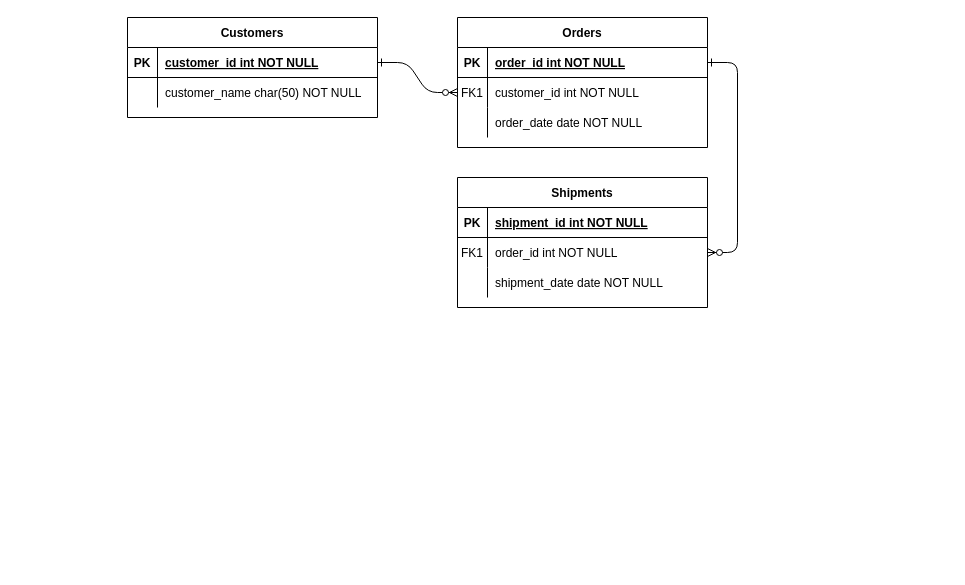
Earlier version of the draw.io diagram Untitled Diagram.drawio (dvtson2004/EER-SWP). Source tidied: cells renumbered, new cells numbered last; positions are measured from the earlier drawing's top-left corner, leaving out a move shared by most shapes. Both pictures are drawn from the tidied source at 100%, with x=0, y=0 at pixel (127, 17).
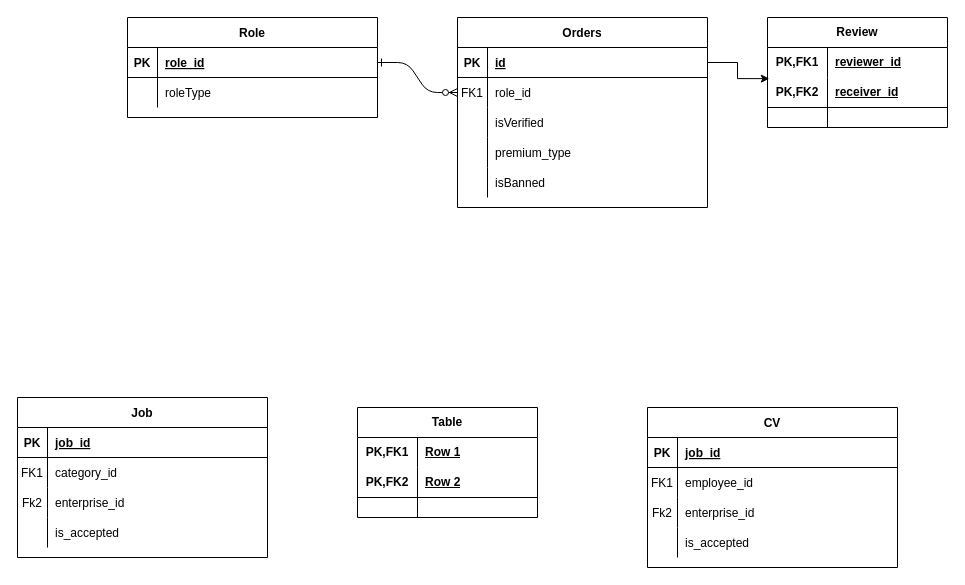
The same diagram, later.

Unchanged cells that the change refers to:
```xml
<mxCell id="5" style="shape=partialRectangle;fillColor=none;points=[[0,0.5],[1,0.5]];portConstraint=eastwest;top=0;left=0;right=0;bottom=1;" parent="4" vertex="1">
  <mxGeometry y="30" width="250" height="30" as="geometry" />
</mxCell>
<mxCell id="8" style="shape=partialRectangle;fillColor=none;points=[[0,0.5],[1,0.5]];portConstraint=eastwest;top=0;left=0;right=0;bottom=0;" parent="4" vertex="1">
  <mxGeometry y="60" width="250" height="30" as="geometry" />
</mxCell>
<mxCell id="11" style="shape=partialRectangle;fillColor=none;top=0;left=0;right=0;bottom=0;" parent="4" vertex="1">
  <mxGeometry y="90" width="250" height="30" as="geometry" />
</mxCell>
<mxCell id="15" style="shape=partialRectangle;fillColor=none;top=0;left=0;right=0;bottom=1;" parent="14" vertex="1">
  <mxGeometry y="30" width="250" height="30" as="geometry" />
</mxCell>
<mxCell id="18" style="shape=partialRectangle;fillColor=none;points=[[0,0.5],[1,0.5]];portConstraint=eastwest;top=0;left=0;right=0;bottom=0;" parent="14" vertex="1">
  <mxGeometry y="60" width="250" height="30" as="geometry" />
</mxCell>
<mxCell id="21" style="shape=partialRectangle;fillColor=none;top=0;left=0;right=0;bottom=0;" parent="14" vertex="1">
  <mxGeometry y="90" width="250" height="30" as="geometry" />
</mxCell>
```

Diff of the diagram source:
```diff
@@
-    <mxCell id="3" style="edgeStyle=entityRelationEdgeStyle;endArrow=ERzeroToMany;startArrow=ERone;endFill=1;startFill=0;" parent="1" edge="1" source="5" target="18">
-      <mxGeometry relative="1" as="geometry" />
-    </mxCell>
     <mxCell id="4" value="Orders" style="shape=table;startSize=30;childLayout=tableLayout;rowLines=0;fontStyle=1;align=center;" parent="1" vertex="1">
-      <mxGeometry x="330" width="250" height="130" as="geometry" />
+      <mxGeometry x="330" width="250" height="190" as="geometry" />
     </mxCell>
@@
-    <mxCell id="7" value="order_id int NOT NULL " style="shape=partialRectangle;overflow=hidden;fillColor=none;top=0;left=0;bottom=0;right=0;align=left;spacingLeft=6;fontStyle=5;" parent="5" vertex="1">
+    <mxCell id="7" value="id" style="shape=partialRectangle;overflow=hidden;fillColor=none;top=0;left=0;bottom=0;right=0;align=left;spacingLeft=6;fontStyle=5;" parent="5" vertex="1">
       <mxGeometry x="30" width="220" height="30" as="geometry" />
     </mxCell>
@@
-    <mxCell id="10" value="customer_id int NOT NULL" style="shape=partialRectangle;overflow=hidden;fillColor=none;top=0;left=0;bottom=0;right=0;align=left;spacingLeft=6;" parent="8" vertex="1">
+    <mxCell id="10" value="role_id" style="shape=partialRectangle;overflow=hidden;fillColor=none;top=0;left=0;bottom=0;right=0;align=left;spacingLeft=6;" parent="8" vertex="1">
       <mxGeometry x="30" width="220" height="30" as="geometry" />
     </mxCell>
@@
-    <mxCell id="13" value="order_date date NOT NULL" style="shape=partialRectangle;overflow=hidden;fillColor=none;top=0;left=0;bottom=0;right=0;align=left;spacingLeft=6;" parent="11" vertex="1">
+    <mxCell id="13" value="isVerified" style="shape=partialRectangle;overflow=hidden;fillColor=none;top=0;left=0;bottom=0;right=0;align=left;spacingLeft=6;" parent="11" vertex="1">
       <mxGeometry x="30" width="220" height="30" as="geometry" />
     </mxCell>
+    <mxCell id="31" style="shape=partialRectangle;fillColor=none;top=0;left=0;right=0;bottom=0;" parent="4" vertex="1">
+      <mxGeometry y="120" width="250" height="30" as="geometry" />
+    </mxCell>
+    <mxCell id="32" style="shape=partialRectangle;overflow=hidden;fillColor=none;top=0;left=0;bottom=0;right=0;" parent="31" vertex="1">
+      <mxGeometry width="30" height="30" as="geometry" />
+    </mxCell>
+    <mxCell id="33" value="premium_type" style="shape=partialRectangle;overflow=hidden;fillColor=none;top=0;left=0;bottom=0;right=0;align=left;spacingLeft=6;" parent="31" vertex="1">
+      <mxGeometry x="30" width="220" height="30" as="geometry" />
+    </mxCell>
+    <mxCell id="34" style="shape=partialRectangle;fillColor=none;top=0;left=0;right=0;bottom=0;" parent="4" vertex="1">
+      <mxGeometry y="150" width="250" height="30" as="geometry" />
+    </mxCell>
+    <mxCell id="35" style="shape=partialRectangle;overflow=hidden;fillColor=none;top=0;left=0;bottom=0;right=0;" parent="34" vertex="1">
+      <mxGeometry width="30" height="30" as="geometry" />
+    </mxCell>
+    <mxCell id="36" value="isBanned" style="shape=partialRectangle;overflow=hidden;fillColor=none;top=0;left=0;bottom=0;right=0;align=left;spacingLeft=6;" parent="34" vertex="1">
+      <mxGeometry x="30" width="220" height="30" as="geometry" />
+    </mxCell>
+    <mxCell id="24" value="Role" style="shape=table;startSize=30;childLayout=tableLayout;rowLines=0;fontStyle=1;align=center;" parent="1" vertex="1">
+      <mxGeometry width="250" height="100" as="geometry" />
+    </mxCell>
+    <mxCell id="25" style="shape=partialRectangle;fillColor=none;points=[[0,0.5],[1,0.5]];portConstraint=eastwest;top=0;left=0;right=0;bottom=1;" parent="24" vertex="1">
+      <mxGeometry y="30" width="250" height="30" as="geometry" />
+    </mxCell>
+    <mxCell id="26" value="PK" style="shape=partialRectangle;overflow=hidden;fillColor=none;top=0;left=0;bottom=0;right=0;fontStyle=1;" parent="25" vertex="1">
+      <mxGeometry width="30" height="30" as="geometry" />
+    </mxCell>
+    <mxCell id="27" value="role_id" style="shape=partialRectangle;overflow=hidden;fillColor=none;top=0;left=0;bottom=0;right=0;align=left;spacingLeft=6;fontStyle=5;" parent="25" vertex="1">
+      <mxGeometry x="30" width="220" height="30" as="geometry" />
+    </mxCell>
+    <mxCell id="28" style="shape=partialRectangle;fillColor=none;top=0;left=0;right=0;bottom=0;" parent="24" vertex="1">
+      <mxGeometry y="60" width="250" height="30" as="geometry" />
+    </mxCell>
+    <mxCell id="29" style="shape=partialRectangle;overflow=hidden;fillColor=none;top=0;left=0;bottom=0;right=0;" parent="28" vertex="1">
+      <mxGeometry width="30" height="30" as="geometry" />
+    </mxCell>
+    <mxCell id="30" value="roleType" style="shape=partialRectangle;overflow=hidden;fillColor=none;top=0;left=0;bottom=0;right=0;align=left;spacingLeft=6;" parent="28" vertex="1">
+      <mxGeometry x="30" width="220" height="30" as="geometry" />
+    </mxCell>
-    <mxCell id="14" value="Shipments" style="shape=table;startSize=30;childLayout=tableLayout;rowLines=0;fontStyle=1;align=center;" parent="1" vertex="1">
-      <mxGeometry x="330" y="160" width="250" height="130" as="geometry" />
+    <mxCell id="14" value="Job" style="shape=table;startSize=30;childLayout=tableLayout;rowLines=0;fontStyle=1;align=center;" parent="1" vertex="1">
+      <mxGeometry x="-110" y="380" width="250" height="160" as="geometry" />
     </mxCell>
@@
-    <mxCell id="17" value="shipment_id int NOT NULL " style="shape=partialRectangle;overflow=hidden;fillColor=none;top=0;left=0;bottom=0;right=0;align=left;spacingLeft=6;fontStyle=5;" parent="15" vertex="1">
+    <mxCell id="17" value="job_id" style="shape=partialRectangle;overflow=hidden;fillColor=none;top=0;left=0;bottom=0;right=0;align=left;spacingLeft=6;fontStyle=5;" parent="15" vertex="1">
       <mxGeometry x="30" width="220" height="30" as="geometry" />
     </mxCell>
@@
-    <mxCell id="20" value="order_id int NOT NULL" style="shape=partialRectangle;overflow=hidden;fillColor=none;top=0;left=0;bottom=0;right=0;align=left;spacingLeft=6;" parent="18" vertex="1">
+    <mxCell id="20" value="category_id" style="shape=partialRectangle;overflow=hidden;fillColor=none;top=0;left=0;bottom=0;right=0;align=left;spacingLeft=6;" parent="18" vertex="1">
       <mxGeometry x="30" width="220" height="30" as="geometry" />
     </mxCell>
@@
-    <mxCell id="22" style="shape=partialRectangle;overflow=hidden;fillColor=none;top=0;left=0;bottom=0;right=0;" parent="21" vertex="1">
+    <mxCell id="22" value="Fk2" style="shape=partialRectangle;overflow=hidden;fillColor=none;top=0;left=0;bottom=0;right=0;" parent="21" vertex="1">
       <mxGeometry width="30" height="30" as="geometry" />
     </mxCell>
-    <mxCell id="23" value="shipment_date date NOT NULL" style="shape=partialRectangle;overflow=hidden;fillColor=none;top=0;left=0;bottom=0;right=0;align=left;spacingLeft=6;" parent="21" vertex="1">
+    <mxCell id="23" value="enterprise_id" style="shape=partialRectangle;overflow=hidden;fillColor=none;top=0;left=0;bottom=0;right=0;align=left;spacingLeft=6;" parent="21" vertex="1">
       <mxGeometry x="30" width="220" height="30" as="geometry" />
     </mxCell>
-    <mxCell id="24" value="Customers" style="shape=table;startSize=30;childLayout=tableLayout;rowLines=0;fontStyle=1;align=center;" parent="1" vertex="1">
-      <mxGeometry width="250" height="100" as="geometry" />
-    </mxCell>
-    <mxCell id="25" style="shape=partialRectangle;fillColor=none;points=[[0,0.5],[1,0.5]];portConstraint=eastwest;top=0;left=0;right=0;bottom=1;" parent="24" vertex="1">
-      <mxGeometry y="30" width="250" height="30" as="geometry" />
-    </mxCell>
-    <mxCell id="26" value="PK" style="shape=partialRectangle;overflow=hidden;fillColor=none;top=0;left=0;bottom=0;right=0;fontStyle=1;" parent="25" vertex="1">
-      <mxGeometry width="30" height="30" as="geometry" />
-    </mxCell>
-    <mxCell id="27" value="customer_id int NOT NULL " style="shape=partialRectangle;overflow=hidden;fillColor=none;top=0;left=0;bottom=0;right=0;align=left;spacingLeft=6;fontStyle=5;" parent="25" vertex="1">
-      <mxGeometry x="30" width="220" height="30" as="geometry" />
-    </mxCell>
-    <mxCell id="28" style="shape=partialRectangle;fillColor=none;top=0;left=0;right=0;bottom=0;" parent="24" vertex="1">
-      <mxGeometry y="60" width="250" height="30" as="geometry" />
-    </mxCell>
-    <mxCell id="29" style="shape=partialRectangle;overflow=hidden;fillColor=none;top=0;left=0;bottom=0;right=0;" parent="28" vertex="1">
-      <mxGeometry width="30" height="30" as="geometry" />
-    </mxCell>
-    <mxCell id="30" value="customer_name char(50) NOT NULL" style="shape=partialRectangle;overflow=hidden;fillColor=none;top=0;left=0;bottom=0;right=0;align=left;spacingLeft=6;" parent="28" vertex="1">
-      <mxGeometry x="30" width="220" height="30" as="geometry" />
-    </mxCell>
+    <mxCell id="37" style="shape=partialRectangle;fillColor=none;top=0;left=0;right=0;bottom=0;" parent="14" vertex="1">
+      <mxGeometry y="120" width="250" height="30" as="geometry" />
+    </mxCell>
+    <mxCell id="38" style="shape=partialRectangle;overflow=hidden;fillColor=none;top=0;left=0;bottom=0;right=0;" parent="37" vertex="1">
+      <mxGeometry width="30" height="30" as="geometry" />
+    </mxCell>
+    <mxCell id="39" value="is_accepted" style="shape=partialRectangle;overflow=hidden;fillColor=none;top=0;left=0;bottom=0;right=0;align=left;spacingLeft=6;" parent="37" vertex="1">
+      <mxGeometry x="30" width="220" height="30" as="geometry" />
+    </mxCell>
+    <mxCell id="40" value="CV" style="shape=table;startSize=30;childLayout=tableLayout;rowLines=0;fontStyle=1;align=center;" parent="1" vertex="1">
+      <mxGeometry x="520" y="390" width="250" height="160" as="geometry" />
+    </mxCell>
+    <mxCell id="41" style="shape=partialRectangle;fillColor=none;top=0;left=0;right=0;bottom=1;" parent="40" vertex="1">
+      <mxGeometry y="30" width="250" height="30" as="geometry" />
+    </mxCell>
+    <mxCell id="42" value="PK" style="shape=partialRectangle;overflow=hidden;fillColor=none;top=0;left=0;bottom=0;right=0;fontStyle=1;" parent="41" vertex="1">
+      <mxGeometry width="30" height="30" as="geometry" />
+    </mxCell>
+    <mxCell id="43" value="job_id" style="shape=partialRectangle;overflow=hidden;fillColor=none;top=0;left=0;bottom=0;right=0;align=left;spacingLeft=6;fontStyle=5;" parent="41" vertex="1">
+      <mxGeometry x="30" width="220" height="30" as="geometry" />
+    </mxCell>
+    <mxCell id="44" style="shape=partialRectangle;fillColor=none;top=0;left=0;right=0;bottom=0;" parent="40" vertex="1">
+      <mxGeometry y="60" width="250" height="30" as="geometry" />
+    </mxCell>
+    <mxCell id="45" value="FK1" style="shape=partialRectangle;overflow=hidden;fillColor=none;top=0;left=0;bottom=0;right=0;" parent="44" vertex="1">
+      <mxGeometry width="30" height="30" as="geometry" />
+    </mxCell>
+    <mxCell id="46" value="employee_id" style="shape=partialRectangle;overflow=hidden;fillColor=none;top=0;left=0;bottom=0;right=0;align=left;spacingLeft=6;" parent="44" vertex="1">
+      <mxGeometry x="30" width="220" height="30" as="geometry" />
+    </mxCell>
+    <mxCell id="47" style="shape=partialRectangle;fillColor=none;top=0;left=0;right=0;bottom=0;" parent="40" vertex="1">
+      <mxGeometry y="90" width="250" height="30" as="geometry" />
+    </mxCell>
+    <mxCell id="48" value="Fk2" style="shape=partialRectangle;overflow=hidden;fillColor=none;top=0;left=0;bottom=0;right=0;" parent="47" vertex="1">
+      <mxGeometry width="30" height="30" as="geometry" />
+    </mxCell>
+    <mxCell id="49" value="enterprise_id" style="shape=partialRectangle;overflow=hidden;fillColor=none;top=0;left=0;bottom=0;right=0;align=left;spacingLeft=6;" parent="47" vertex="1">
+      <mxGeometry x="30" width="220" height="30" as="geometry" />
+    </mxCell>
+    <mxCell id="50" style="shape=partialRectangle;fillColor=none;top=0;left=0;right=0;bottom=0;" parent="40" vertex="1">
+      <mxGeometry y="120" width="250" height="30" as="geometry" />
+    </mxCell>
+    <mxCell id="51" style="shape=partialRectangle;overflow=hidden;fillColor=none;top=0;left=0;bottom=0;right=0;" parent="50" vertex="1">
+      <mxGeometry width="30" height="30" as="geometry" />
+    </mxCell>
+    <mxCell id="52" value="is_accepted" style="shape=partialRectangle;overflow=hidden;fillColor=none;top=0;left=0;bottom=0;right=0;align=left;spacingLeft=6;" parent="50" vertex="1">
+      <mxGeometry x="30" width="220" height="30" as="geometry" />
+    </mxCell>
+    <mxCell id="53" value="Review" style="shape=table;startSize=30;childLayout=tableLayout;rowLines=0;fontStyle=1;align=center;html=1;whiteSpace=wrap;" parent="1" vertex="1">
+      <mxGeometry x="640" width="180" height="110" as="geometry" />
+    </mxCell>
+    <mxCell id="54" style="shape=tableRow;horizontal=0;startSize=0;swimlaneHead=0;swimlaneBody=0;fillColor=none;top=0;left=0;right=0;bottom=0;html=1;" parent="53" vertex="1">
+      <mxGeometry y="30" width="180" height="30" as="geometry" />
+    </mxCell>
+    <mxCell id="55" value="PK,FK1" style="shape=partialRectangle;fillColor=none;top=0;left=0;bottom=0;right=0;fontStyle=1;overflow=hidden;html=1;whiteSpace=wrap;" parent="54" vertex="1">
+      <mxGeometry width="60" height="30" as="geometry" />
+    </mxCell>
+    <mxCell id="56" value="reviewer_id" style="shape=partialRectangle;fillColor=none;top=0;left=0;bottom=0;right=0;align=left;spacingLeft=6;fontStyle=5;overflow=hidden;html=1;whiteSpace=wrap;" parent="54" vertex="1">
+      <mxGeometry x="60" width="120" height="30" as="geometry" />
+    </mxCell>
+    <mxCell id="57" style="shape=tableRow;horizontal=0;startSize=0;swimlaneHead=0;swimlaneBody=0;fillColor=none;points=[[0,0.5],[1,0.5]];portConstraint=eastwest;top=0;left=0;right=0;bottom=1;html=1;" parent="53" vertex="1">
+      <mxGeometry y="60" width="180" height="30" as="geometry" />
+    </mxCell>
+    <mxCell id="58" value="PK,FK2" style="shape=partialRectangle;fillColor=none;top=0;left=0;bottom=0;right=0;fontStyle=1;overflow=hidden;html=1;whiteSpace=wrap;" parent="57" vertex="1">
+      <mxGeometry width="60" height="30" as="geometry" />
+    </mxCell>
+    <mxCell id="59" value="receiver_id" style="shape=partialRectangle;fillColor=none;top=0;left=0;bottom=0;right=0;align=left;spacingLeft=6;fontStyle=5;overflow=hidden;html=1;whiteSpace=wrap;" parent="57" vertex="1">
+      <mxGeometry x="60" width="120" height="30" as="geometry" />
+    </mxCell>
+    <mxCell id="60" style="shape=tableRow;horizontal=0;startSize=0;swimlaneHead=0;swimlaneBody=0;fillColor=none;top=0;left=0;right=0;bottom=0;html=1;" parent="53" vertex="1">
+      <mxGeometry y="90" width="180" height="20" as="geometry" />
+    </mxCell>
+    <mxCell id="61" style="shape=partialRectangle;fillColor=none;top=0;left=0;bottom=0;right=0;overflow=hidden;html=1;whiteSpace=wrap;" parent="60" vertex="1">
+      <mxGeometry width="60" height="20" as="geometry" />
+    </mxCell>
+    <mxCell id="62" style="shape=partialRectangle;fillColor=none;top=0;left=0;bottom=0;right=0;align=left;spacingLeft=6;overflow=hidden;html=1;whiteSpace=wrap;" parent="60" vertex="1">
+      <mxGeometry x="60" width="120" height="20" as="geometry" />
+    </mxCell>
+    <mxCell id="63" value="Table" style="shape=table;startSize=30;childLayout=tableLayout;rowLines=0;fontStyle=1;align=center;html=1;whiteSpace=wrap;" parent="1" vertex="1">
+      <mxGeometry x="230" y="390" width="180" height="110" as="geometry" />
+    </mxCell>
+    <mxCell id="64" style="shape=tableRow;horizontal=0;startSize=0;swimlaneHead=0;swimlaneBody=0;fillColor=none;top=0;left=0;right=0;bottom=0;html=1;" parent="63" vertex="1">
+      <mxGeometry y="30" width="180" height="30" as="geometry" />
+    </mxCell>
+    <mxCell id="65" value="PK,FK1" style="shape=partialRectangle;fillColor=none;top=0;left=0;bottom=0;right=0;fontStyle=1;overflow=hidden;html=1;whiteSpace=wrap;" parent="64" vertex="1">
+      <mxGeometry width="60" height="30" as="geometry" />
+    </mxCell>
+    <mxCell id="66" value="Row 1" style="shape=partialRectangle;fillColor=none;top=0;left=0;bottom=0;right=0;align=left;spacingLeft=6;fontStyle=5;overflow=hidden;html=1;whiteSpace=wrap;" parent="64" vertex="1">
+      <mxGeometry x="60" width="120" height="30" as="geometry" />
+    </mxCell>
+    <mxCell id="67" style="shape=tableRow;horizontal=0;startSize=0;swimlaneHead=0;swimlaneBody=0;fillColor=none;top=0;left=0;right=0;bottom=1;html=1;" parent="63" vertex="1">
+      <mxGeometry y="60" width="180" height="30" as="geometry" />
+    </mxCell>
+    <mxCell id="68" value="PK,FK2" style="shape=partialRectangle;fillColor=none;top=0;left=0;bottom=0;right=0;fontStyle=1;overflow=hidden;html=1;whiteSpace=wrap;" parent="67" vertex="1">
+      <mxGeometry width="60" height="30" as="geometry" />
+    </mxCell>
+    <mxCell id="69" value="Row 2" style="shape=partialRectangle;fillColor=none;top=0;left=0;bottom=0;right=0;align=left;spacingLeft=6;fontStyle=5;overflow=hidden;html=1;whiteSpace=wrap;" parent="67" vertex="1">
+      <mxGeometry x="60" width="120" height="30" as="geometry" />
+    </mxCell>
+    <mxCell id="70" style="shape=tableRow;horizontal=0;startSize=0;swimlaneHead=0;swimlaneBody=0;fillColor=none;top=0;left=0;right=0;bottom=0;html=1;" parent="63" vertex="1">
+      <mxGeometry y="90" width="180" height="20" as="geometry" />
+    </mxCell>
+    <mxCell id="71" style="shape=partialRectangle;fillColor=none;top=0;left=0;bottom=0;right=0;overflow=hidden;html=1;whiteSpace=wrap;" parent="70" vertex="1">
+      <mxGeometry width="60" height="20" as="geometry" />
+    </mxCell>
+    <mxCell id="72" style="shape=partialRectangle;fillColor=none;top=0;left=0;bottom=0;right=0;align=left;spacingLeft=6;overflow=hidden;html=1;whiteSpace=wrap;" parent="70" vertex="1">
+      <mxGeometry x="60" width="120" height="20" as="geometry" />
+    </mxCell>
+    <mxCell id="73" style="edgeStyle=orthogonalEdgeStyle;rounded=0;jettySize=auto;html=1;exitX=1;exitY=0.5;exitDx=0;exitDy=0;entryX=0.01;entryY=0.038;entryDx=0;entryDy=0;entryPerimeter=0;" parent="1" edge="1" source="5" target="57">
+      <mxGeometry relative="1" as="geometry" />
+    </mxCell>
```
